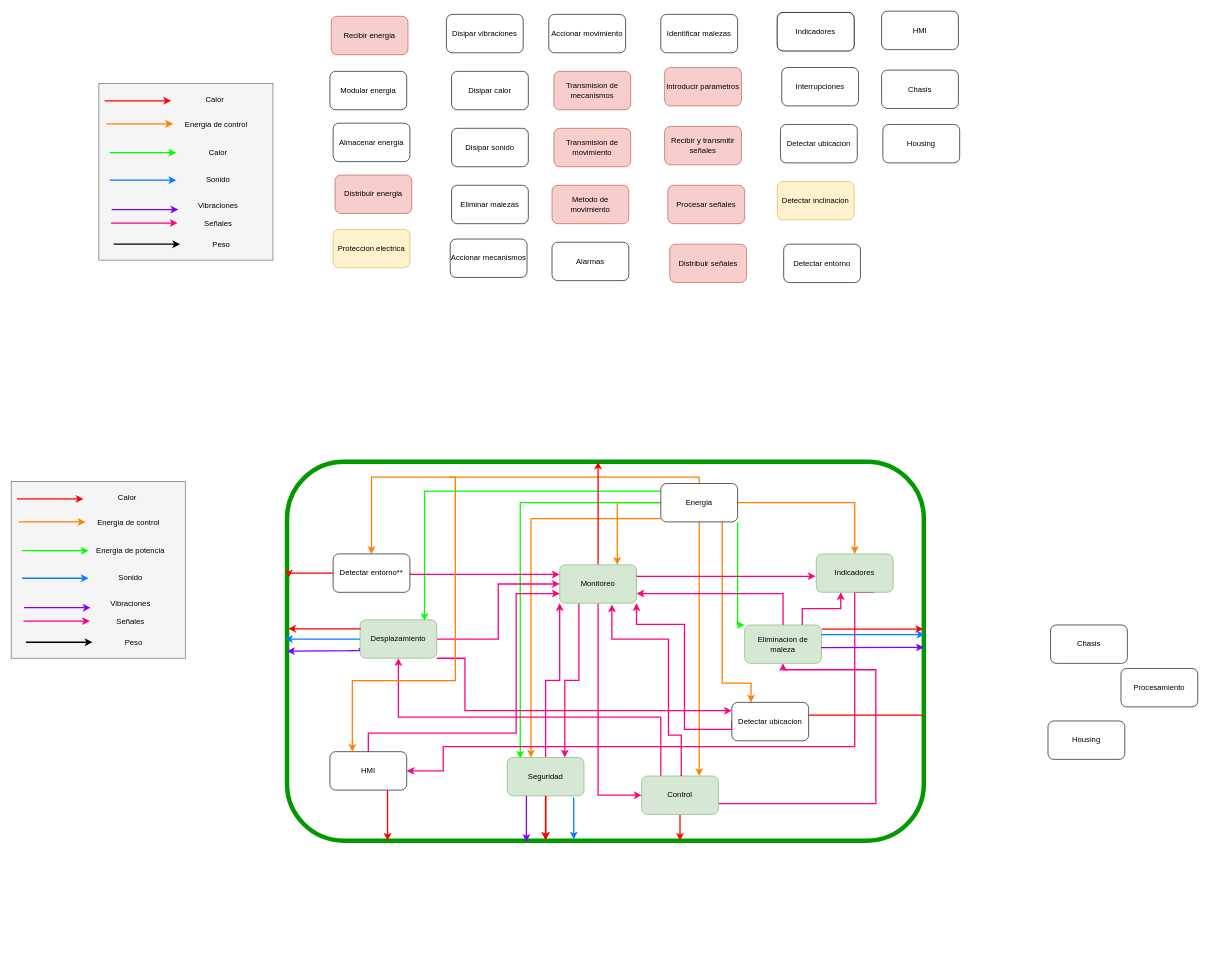
Earlier version of the draw.io diagram page "Análisis de Interacciones" (2 of 3) of Diseño.drawio (Dartherick/DSM). Source tidied: cells renumbered, new cells numbered last; positions are measured from the earlier drawing's top-left corner, leaving out a move shared by most shapes. Both pictures are drawn from the tidied source at 64%, with x=0, y=0 at pixel (11, 11).
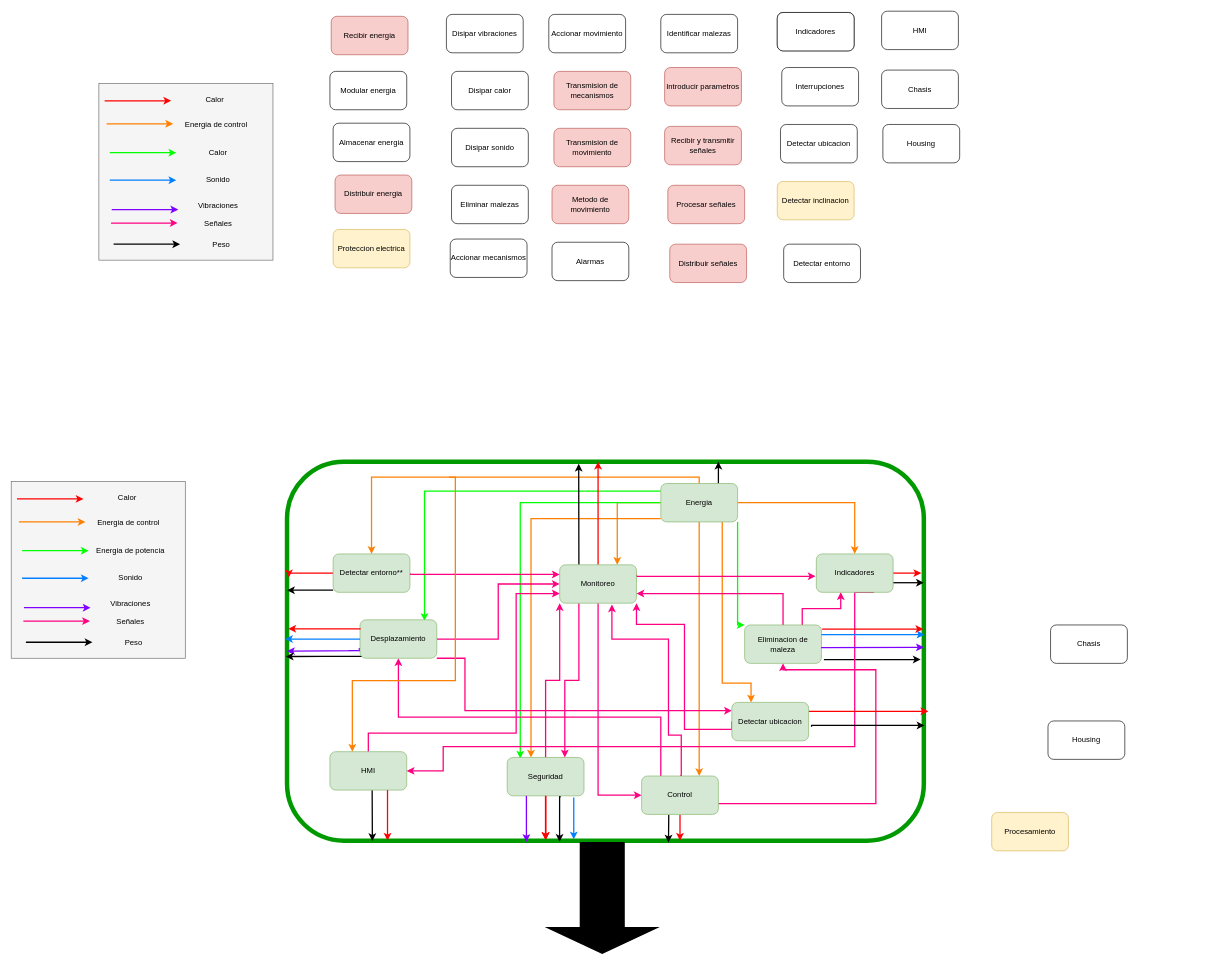
The same diagram, later.

Commit message:
Update Diseño.drawio - Peso agregado

Unchanged cells that the change refers to:
```xml
<mxCell id="2" style="rounded=1;whiteSpace=wrap;html=1;strokeWidth=7;strokeColor=#009900;" parent="1" vertex="1">
  <mxGeometry x="431" y="704" width="995" height="592" as="geometry" />
</mxCell>
<mxCell id="78" value="Control" style="rounded=1;whiteSpace=wrap;html=1;fillColor=#d5e8d4;strokeColor=#82b366;" parent="1" vertex="1">
  <mxGeometry x="985" y="1195" width="120" height="60" as="geometry" />
</mxCell>
<mxCell id="82" value="Seguridad" style="rounded=1;whiteSpace=wrap;html=1;fillColor=#d5e8d4;strokeColor=#82b366;" parent="1" vertex="1">
  <mxGeometry x="775" y="1166" width="120" height="60" as="geometry" />
</mxCell>
<mxCell id="85" value="Eliminacion de maleza" style="rounded=1;whiteSpace=wrap;html=1;fillColor=#d5e8d4;strokeColor=#82b366;" parent="1" vertex="1">
  <mxGeometry x="1146" y="959" width="120" height="60" as="geometry" />
</mxCell>
<mxCell id="90" value="Monitoreo" style="rounded=1;whiteSpace=wrap;html=1;fillColor=#d5e8d4;strokeColor=#82b366;" parent="1" vertex="1">
  <mxGeometry x="857" y="865" width="120" height="60" as="geometry" />
</mxCell>
<mxCell id="96" value="Desplazamiento" style="rounded=1;whiteSpace=wrap;html=1;fillColor=#d5e8d4;strokeColor=#82b366;" parent="1" vertex="1">
  <mxGeometry x="545" y="951" width="120" height="60" as="geometry" />
</mxCell>
<mxCell id="98" value="Indicadores" style="rounded=1;whiteSpace=wrap;html=1;fillColor=#d5e8d4;strokeColor=#82b366;" parent="1" vertex="1">
  <mxGeometry x="1258" y="848" width="120" height="60" as="geometry" />
</mxCell>
```

What changed in the source:
```diff
@@
+    <mxCell id="116" style="edgeStyle=orthogonalEdgeStyle;rounded=0;jettySize=auto;html=1;startArrow=none;endArrow=classic;exitX=0.75;exitY=0;exitDx=0;exitDy=0;strokeWidth=2;" parent="1" edge="1" source="71" target="2">
+      <mxGeometry relative="1" as="geometry">
+        <Array as="points">
+          <mxPoint x="1105" y="718" />
+          <mxPoint x="1105" y="718" />
+        </Array>
+      </mxGeometry>
+    </mxCell>
-    <mxCell id="71" value="Energia" style="rounded=1;whiteSpace=wrap;html=1;" parent="1" vertex="1">
+    <mxCell id="71" value="Energia" style="rounded=1;whiteSpace=wrap;html=1;fillColor=#d5e8d4;strokeColor=#82b366;" parent="1" vertex="1">
       <mxGeometry x="1015" y="738" width="120" height="60" as="geometry" />
     </mxCell>
@@
+    <mxCell id="117" style="edgeStyle=orthogonalEdgeStyle;rounded=0;jettySize=auto;html=1;entryX=0.134;entryY=1.001;entryDx=0;entryDy=0;entryPerimeter=0;startArrow=none;endArrow=classic;exitX=0.55;exitY=1.003;exitDx=0;exitDy=0;exitPerimeter=0;strokeWidth=2;" parent="1" edge="1" source="73" target="2">
+      <mxGeometry relative="1" as="geometry">
+        <Array as="points">
+          <mxPoint x="564" y="1220" />
+          <mxPoint x="564" y="1220" />
+        </Array>
+      </mxGeometry>
+    </mxCell>
-    <mxCell id="73" value="HMI" style="rounded=1;whiteSpace=wrap;html=1;" parent="1" vertex="1">
+    <mxCell id="73" value="HMI" style="rounded=1;whiteSpace=wrap;html=1;fillColor=#d5e8d4;strokeColor=#82b366;" parent="1" vertex="1">
       <mxGeometry x="498" y="1157" width="120" height="60" as="geometry" />
     </mxCell>
@@
+    <mxCell id="118" style="edgeStyle=orthogonalEdgeStyle;rounded=0;jettySize=auto;html=1;entryX=0.599;entryY=1.005;entryDx=0;entryDy=0;entryPerimeter=0;startArrow=none;endArrow=classic;exitX=0.353;exitY=1.012;exitDx=0;exitDy=0;exitPerimeter=0;strokeWidth=2;" parent="1" edge="1" source="78" target="2">
+      <mxGeometry relative="1" as="geometry">
+        <Array as="points">
+          <mxPoint x="1027" y="1259" />
+          <mxPoint x="1027" y="1259" />
+        </Array>
+      </mxGeometry>
+    </mxCell>
@@
+    <mxCell id="119" style="edgeStyle=orthogonalEdgeStyle;rounded=0;jettySize=auto;html=1;entryX=0.428;entryY=1.003;entryDx=0;entryDy=0;entryPerimeter=0;startArrow=none;endArrow=classic;exitX=0.697;exitY=1.024;exitDx=0;exitDy=0;exitPerimeter=0;strokeWidth=2;" parent="1" edge="1" source="82" target="2">
+      <mxGeometry relative="1" as="geometry">
+        <Array as="points">
+          <mxPoint x="857" y="1227" />
+        </Array>
+      </mxGeometry>
+    </mxCell>
@@
+    <mxCell id="120" style="edgeStyle=orthogonalEdgeStyle;rounded=0;jettySize=auto;html=1;startArrow=none;endArrow=classic;exitX=1.032;exitY=0.893;exitDx=0;exitDy=0;exitPerimeter=0;strokeWidth=2;" parent="1" edge="1" source="85">
+      <mxGeometry relative="1" as="geometry">
+        <mxPoint x="1421" y="1013" as="targetPoint" />
+        <Array as="points">
+          <mxPoint x="1421" y="1013" />
+        </Array>
+      </mxGeometry>
+    </mxCell>
@@
+    <mxCell id="121" style="edgeStyle=orthogonalEdgeStyle;rounded=0;jettySize=auto;html=1;entryX=0.458;entryY=0.005;entryDx=0;entryDy=0;entryPerimeter=0;startArrow=none;endArrow=classic;exitX=0.25;exitY=0;exitDx=0;exitDy=0;strokeWidth=2;" parent="1" edge="1" source="90" target="2">
+      <mxGeometry relative="1" as="geometry">
+        <Array as="points">
+          <mxPoint x="887" y="853" />
+          <mxPoint x="887" y="853" />
+        </Array>
+      </mxGeometry>
+    </mxCell>
@@
+    <mxCell id="122" style="edgeStyle=orthogonalEdgeStyle;rounded=0;jettySize=auto;html=1;startArrow=none;endArrow=classic;exitX=0.033;exitY=0.952;exitDx=0;exitDy=0;exitPerimeter=0;entryX=-0.002;entryY=0.514;entryDx=0;entryDy=0;entryPerimeter=0;strokeWidth=2;" parent="1" edge="1" source="96" target="2">
+      <mxGeometry relative="1" as="geometry">
+        <Array as="points">
+          <mxPoint x="489" y="1008" />
+          <mxPoint x="489" y="1008" />
+        </Array>
+      </mxGeometry>
+    </mxCell>
@@
+    <mxCell id="123" style="edgeStyle=orthogonalEdgeStyle;rounded=0;jettySize=auto;html=1;endArrow=classic;endFill=1;exitX=1;exitY=0.5;exitDx=0;exitDy=0;strokeColor=#FF0000;strokeWidth=2;startFill=0;startArrow=none;" parent="1" edge="1" source="98">
+      <mxGeometry relative="1" as="geometry">
+        <mxPoint x="1422" y="878" as="targetPoint" />
+        <Array as="points">
+          <mxPoint x="1422" y="878" />
+        </Array>
+      </mxGeometry>
+    </mxCell>
+    <mxCell id="124" style="edgeStyle=orthogonalEdgeStyle;rounded=0;jettySize=auto;html=1;startArrow=none;endArrow=classic;exitX=1;exitY=0.75;exitDx=0;exitDy=0;strokeWidth=2;" parent="1" edge="1" source="98">
+      <mxGeometry relative="1" as="geometry">
+        <mxPoint x="1426" y="893" as="targetPoint" />
+        <Array as="points">
+          <mxPoint x="1426" y="893" />
+        </Array>
+      </mxGeometry>
+    </mxCell>
@@
-    <mxCell id="99" value="Procesamiento" style="rounded=1;whiteSpace=wrap;html=1;" parent="1" vertex="1">
-      <mxGeometry x="1734" y="1027" width="120" height="60" as="geometry" />
+    <mxCell id="99" value="Procesamiento" style="rounded=1;whiteSpace=wrap;html=1;fillColor=#fff2cc;strokeColor=#d6b656;" parent="1" vertex="1">
+      <mxGeometry x="1532" y="1252" width="120" height="60" as="geometry" />
     </mxCell>
@@
-    <mxCell id="101" style="edgeStyle=orthogonalEdgeStyle;rounded=0;jettySize=auto;html=1;entryX=0.997;entryY=0.672;entryDx=0;entryDy=0;entryPerimeter=0;fontSize=11;startArrow=none;startFill=0;endArrow=none;endFill=0;strokeColor=#FF0000;strokeWidth=2;" parent="1" edge="1" source="102" target="2">
+    <mxCell id="101" style="edgeStyle=orthogonalEdgeStyle;rounded=0;jettySize=auto;html=1;fontSize=11;startArrow=none;startFill=0;endArrow=classic;endFill=1;strokeColor=#FF0000;strokeWidth=2;" parent="1" edge="1" source="102">
       <mxGeometry relative="1" as="geometry">
+        <mxPoint x="1433" y="1094" as="targetPoint" />
         <Array as="points">
-          <mxPoint x="1308" y="1100" />
-          <mxPoint x="1308" y="1100" />
+          <mxPoint x="1423" y="1094" />
         </Array>
       </mxGeometry>
     </mxCell>
+    <mxCell id="125" style="edgeStyle=orthogonalEdgeStyle;rounded=0;jettySize=auto;html=1;entryX=1.001;entryY=0.696;entryDx=0;entryDy=0;entryPerimeter=0;startArrow=none;endArrow=classic;exitX=1.038;exitY=0.637;exitDx=0;exitDy=0;exitPerimeter=0;strokeWidth=2;" parent="1" edge="1" source="102" target="2">
+      <mxGeometry relative="1" as="geometry">
+        <Array as="points">
+          <mxPoint x="1251" y="1116" />
+        </Array>
+      </mxGeometry>
+    </mxCell>
-    <mxCell id="102" value="Detectar ubicacion" style="rounded=1;whiteSpace=wrap;html=1;" parent="1" vertex="1">
+    <mxCell id="102" value="Detectar ubicacion" style="rounded=1;whiteSpace=wrap;html=1;fillColor=#d5e8d4;strokeColor=#82b366;" parent="1" vertex="1">
       <mxGeometry x="1126" y="1080" width="120" height="60" as="geometry" />
     </mxCell>
@@
+    <mxCell id="126" style="edgeStyle=orthogonalEdgeStyle;rounded=0;jettySize=auto;html=1;entryX=0;entryY=0.339;entryDx=0;entryDy=0;entryPerimeter=0;startArrow=none;endArrow=classic;strokeWidth=2;" parent="1" edge="1" source="105" target="2">
+      <mxGeometry relative="1" as="geometry">
+        <Array as="points">
+          <mxPoint x="563" y="905" />
+        </Array>
+      </mxGeometry>
+    </mxCell>
-    <mxCell id="105" value="Detectar entorno**" style="rounded=1;whiteSpace=wrap;html=1;" parent="1" vertex="1">
+    <mxCell id="105" value="Detectar entorno**" style="rounded=1;whiteSpace=wrap;html=1;fillColor=#d5e8d4;strokeColor=#82b366;" parent="1" vertex="1">
       <mxGeometry x="503" y="848" width="120" height="60" as="geometry" />
     </mxCell>
@@
+    <mxCell id="127" style="html=1;align=center;verticalAlign=middle;shape=mxgraph.arrows2.arrow;dy=0.6;dx=40;notch=0;rotation=90;rounded=0;fontSize=11;strokeWidth=2;labelBackgroundColor=#ffffff;endArrow=classic;fillColor=#000000;" parent="1" vertex="1">
+      <mxGeometry x="837" y="1300" width="173" height="171" as="geometry" />
+    </mxCell>
```
